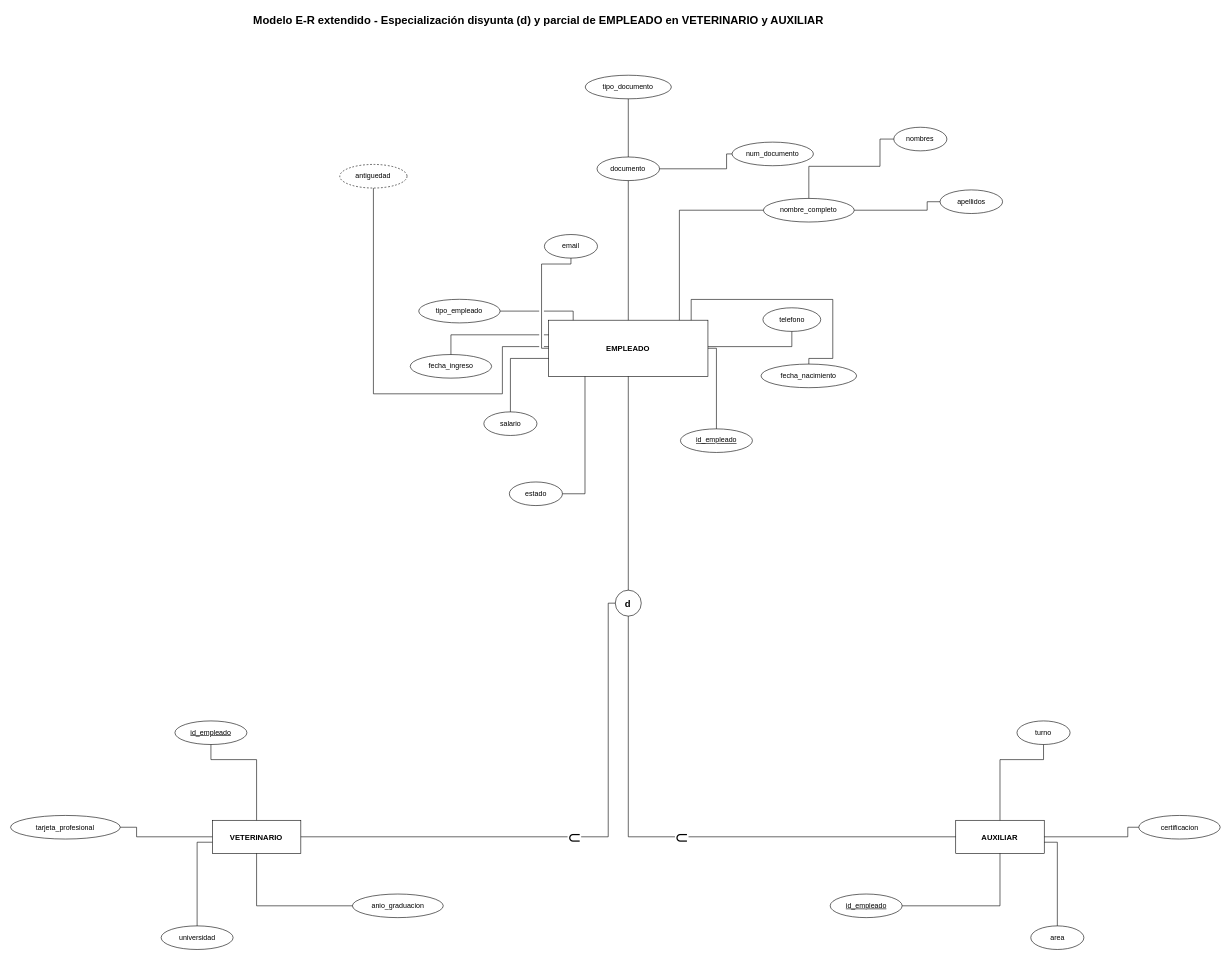
Above: documentos/fase1/diagramas_drawio/10_EER_Especializacion_EMPLEADO.drawio in Estarlan/proyecto-bd1-sigevet (draw.io), before the change. Source tidied: cells renumbered, new cells numbered last; positions are measured from the earlier drawing's top-left corner, leaving out a move shared by most shapes. Both pictures are drawn from the tidied source at 59%, with x=0, y=0 at pixel (10, 10).
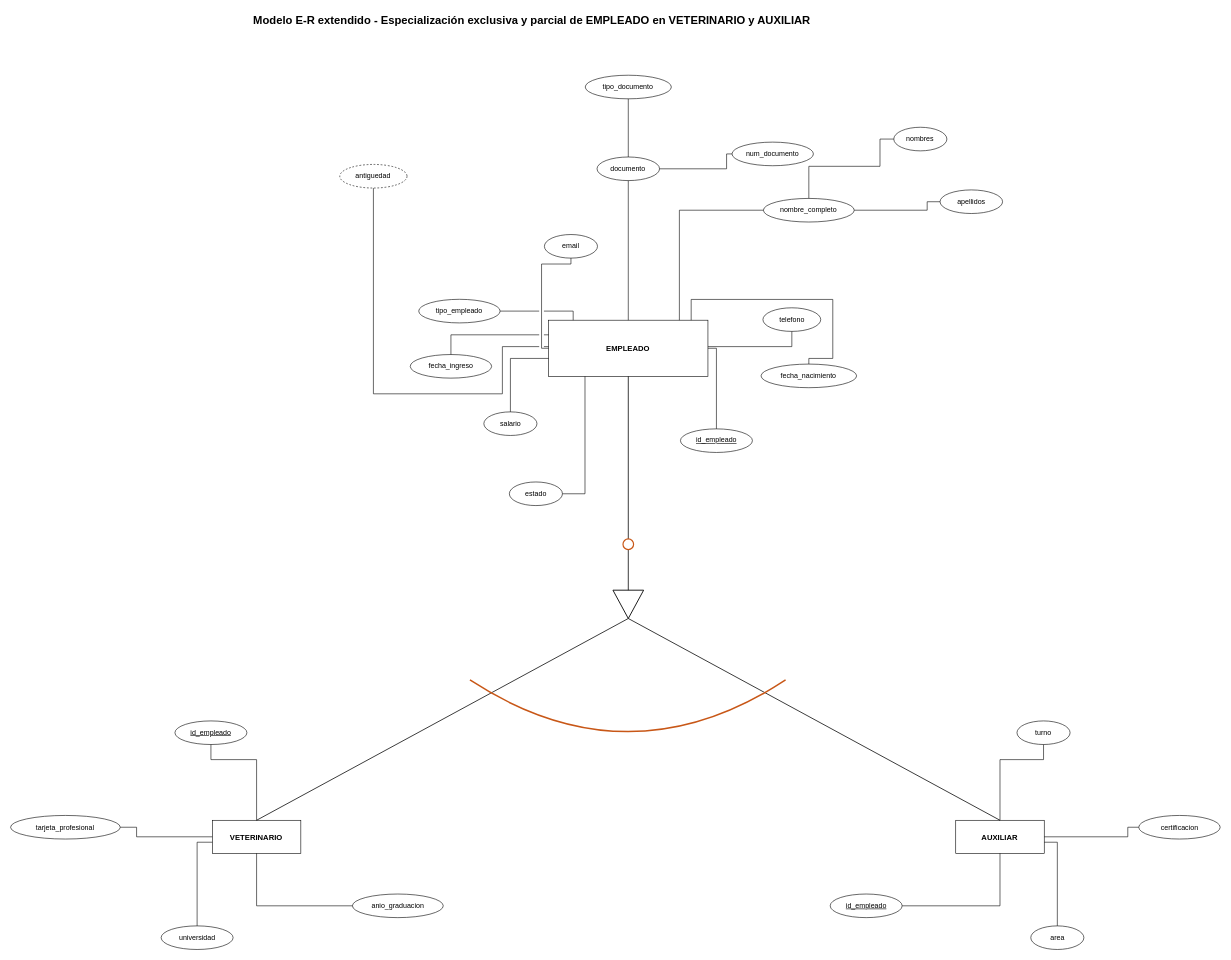
The same diagram, later.

Commit message (it also covers changes not shown here):
Adaptar especialización ISA a notación del profesor

Unchanged cells that the change refers to:
```xml
<mxCell id="3" value="EMPLEADO" style="rounded=0;whiteSpace=wrap;html=1;fillColor=none;fontSize=13;fontStyle=1;" parent="1" vertex="1">
  <mxGeometry x="912.4" y="525.2" width="270" height="95.2" as="geometry" />
</mxCell>
<mxCell id="4" value="VETERINARIO" style="rounded=0;whiteSpace=wrap;html=1;fillColor=none;fontSize=13;fontStyle=1;" parent="1" vertex="1">
  <mxGeometry x="342.4" y="1372.8" width="150" height="56" as="geometry" />
</mxCell>
<mxCell id="5" value="AUXILIAR" style="rounded=0;whiteSpace=wrap;html=1;fillColor=none;fontSize=13;fontStyle=1;" parent="1" vertex="1">
  <mxGeometry x="1602.4" y="1372.8" width="150" height="56" as="geometry" />
</mxCell>
```

What changed in the source:
```diff
@@
-    <mxCell id="2" value="Modelo E-R extendido - Especialización disyunta (d) y parcial de EMPLEADO en VETERINARIO y AUXILIAR" style="text;html=1;align=left;verticalAlign=middle;fillColor=none;strokeColor=none;fontSize=19;fontStyle=1;" parent="1" vertex="1">
+    <mxCell id="2" value="Modelo E-R extendido - Especialización exclusiva y parcial de EMPLEADO en VETERINARIO y AUXILIAR" style="text;html=1;align=left;verticalAlign=middle;fillColor=none;strokeColor=none;fontSize=19;fontStyle=1;" parent="1" vertex="1">
       <mxGeometry x="410.4" y="-0.4" width="1211" height="34" as="geometry" />
     </mxCell>
@@
-    <mxCell id="6" value="d" style="ellipse;whiteSpace=wrap;html=1;fillColor=none;fontSize=12;fontStyle=1;fontSize=16;" parent="1" vertex="1">
-      <mxGeometry x="1025.4" y="982.8" width="44" height="44" as="geometry" />
+    <mxCell id="6" style="triangle;direction=south;whiteSpace=wrap;html=1;fillColor=#ffffff;strokeColor=#000000;strokeWidth=1.5;" parent="1" vertex="1">
+      <mxGeometry x="1021.4" y="982.8" width="52" height="48" as="geometry" />
     </mxCell>
-    <mxCell id="7" style="html=1;endArrow=none;fontSize=12;labelBackgroundColor=default;jumpStyle=gap;jumpSize=8;edgeStyle=none;rounded=0;exitX=0.61333333;exitY=1.00000000;exitPerimeter=0;entryX=1.00000000;entryY=0.50000000;entryPerimeter=0;exitX=0.50000000;exitY=1.00000000;exitPerimeter=0;entryX=0.50000000;entryY=0.00000000;entryPerimeter=0;edgeStyle=none;rounded=0;exitX=0.45037037;exitY=1.00000000;exitPerimeter=0;entryX=0.25000000;entryY=0.06698730;entryPerimeter=0;exitX=0.50000000;exitY=1.00000000;exitPerimeter=0;entryX=0.50000000;entryY=0.00000000;entryPerimeter=0;" parent="1" edge="1" source="3" target="6">
+    <mxCell id="7" style="html=1;endArrow=none;startArrow=none;edgeStyle=none;rounded=0;strokeWidth=1.3;exitX=0.5;exitY=1;exitPerimeter=0;entryX=0;entryY=0.5;entryPerimeter=0;" parent="1" edge="1" source="3" target="6">
       <mxGeometry relative="1" as="geometry">
         <Array as="points">
           <mxPoint x="1047.4" y="620.4" />
           <mxPoint x="1047.4" y="982.8" />
         </Array>
       </mxGeometry>
     </mxCell>
-    <mxCell id="8" value="⊂" style="html=1;endArrow=none;fontSize=12;labelBackgroundColor=default;fontSize=18;jumpStyle=gap;jumpSize=8;edgeStyle=none;rounded=0;exitX=0.25000000;exitY=0.93301270;exitPerimeter=0;entryX=1.00000000;entryY=0.21428571;entryPerimeter=0;exitX=0.50000000;exitY=1.00000000;exitPerimeter=0;entryX=1.00000000;entryY=0.50000000;entryPerimeter=0;edgeStyle=none;rounded=0;exitX=0.25000000;exitY=0.93301270;exitPerimeter=0;entryX=1.00000000;entryY=0.30714286;entryPerimeter=0;exitX=0.00000000;exitY=0.50000000;exitPerimeter=0;entryX=1.00000000;entryY=0.50000000;entryPerimeter=0;fontSize=28;labelBackgroundColor=#FFFFFF;" parent="1" edge="1" source="6" target="4">
+    <mxCell id="8" style="html=1;endArrow=none;startArrow=none;edgeStyle=none;rounded=0;strokeWidth=1.3;exitX=1;exitY=0.5;exitPerimeter=0;entryX=0.5;entryY=0;entryPerimeter=0;" parent="1" edge="1" source="6" target="4">
       <mxGeometry relative="1" as="geometry">
         <Array as="points">
-          <mxPoint x="1025.4" y="1004.8" />
-          <mxPoint x="1013.4" y="1004.8" />
-          <mxPoint x="1013.4" y="1400.8" />
-          <mxPoint x="492.4" y="1400.8" />
+          <mxPoint x="1047.4" y="1030.8" />
+          <mxPoint x="417.4" y="1372.8" />
         </Array>
       </mxGeometry>
     </mxCell>
-    <mxCell id="9" value="⊂" style="html=1;endArrow=none;fontSize=12;labelBackgroundColor=default;fontSize=18;jumpStyle=gap;jumpSize=8;edgeStyle=none;rounded=0;exitX=0.75000000;exitY=0.93301270;exitPerimeter=0;entryX=0.00000000;entryY=0.21428571;entryPerimeter=0;exitX=1.00000000;exitY=0.50000000;exitPerimeter=0;entryX=0.00000000;entryY=0.50000000;entryPerimeter=0;edgeStyle=none;rounded=0;exitX=0.50000000;exitY=1.00000000;exitPerimeter=0;entryX=0.00000000;entryY=0.30714286;entryPerimeter=0;exitX=0.50000000;exitY=1.00000000;exitPerimeter=0;entryX=0.00000000;entryY=0.50000000;entryPerimeter=0;fontSize=28;labelBackgroundColor=#FFFFFF;" parent="1" edge="1" source="6" target="5">
+    <mxCell id="9" style="html=1;endArrow=none;startArrow=none;edgeStyle=none;rounded=0;strokeWidth=1.3;exitX=1;exitY=0.5;exitPerimeter=0;entryX=0.5;entryY=0;entryPerimeter=0;" parent="1" edge="1" source="6" target="5">
       <mxGeometry relative="1" as="geometry">
         <Array as="points">
-          <mxPoint x="1047.4" y="1026.8" />
-          <mxPoint x="1047.4" y="1400.8" />
-          <mxPoint x="1602.4" y="1400.8" />
+          <mxPoint x="1047.4" y="1030.8" />
+          <mxPoint x="1677.4" y="1372.8" />
         </Array>
       </mxGeometry>
     </mxCell>
@@
+    <mxCell id="56" style="ellipse;whiteSpace=wrap;html=1;fillColor=#ffffff;strokeColor=#c85717;strokeWidth=2;" parent="1" vertex="1">
+      <mxGeometry x="1038.4" y="896" width="18" height="18" as="geometry" />
+    </mxCell>
+    <mxCell id="57" style="curved=1;rounded=0;startArrow=none;endArrow=none;strokeColor=#c85717;strokeWidth=2.5;" parent="1" edge="1">
+      <mxGeometry relative="1" as="geometry">
+        <mxPoint x="779" y="1135" as="sourcePoint" />
+        <mxPoint x="1314" y="1135" as="targetPoint" />
+        <Array as="points">
+          <mxPoint x="1047.4" y="1310" />
+        </Array>
+      </mxGeometry>
+    </mxCell>
```
